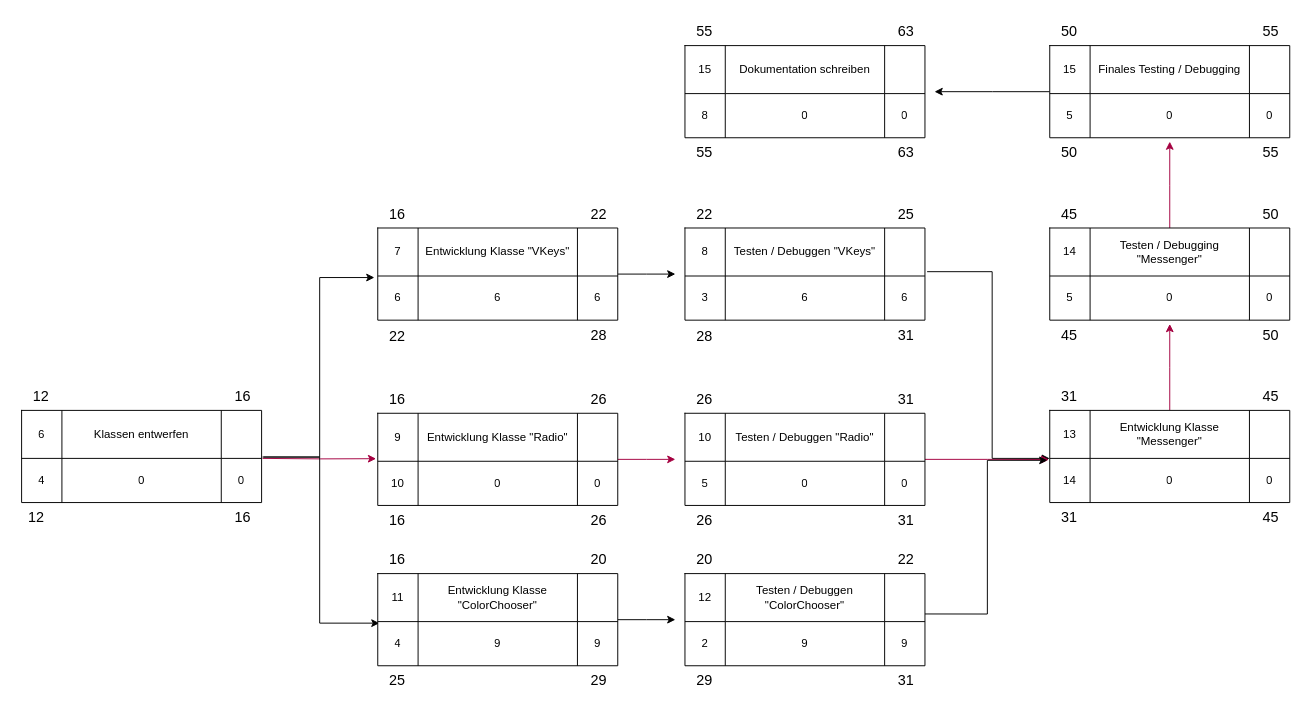
GeKoppe/TouchPager keeps this draw.io diagram as Documentation/Grafik/Diagramm/Netzplan_umsetzung.drawio. Above is the earlier version. Source tidied: cells renumbered, new cells numbered last; positions are measured from the earlier drawing's top-left corner, leaving out a move shared by most shapes. Both pictures are drawn from the tidied source at 96%, with x=0, y=0 at pixel (16, 16).
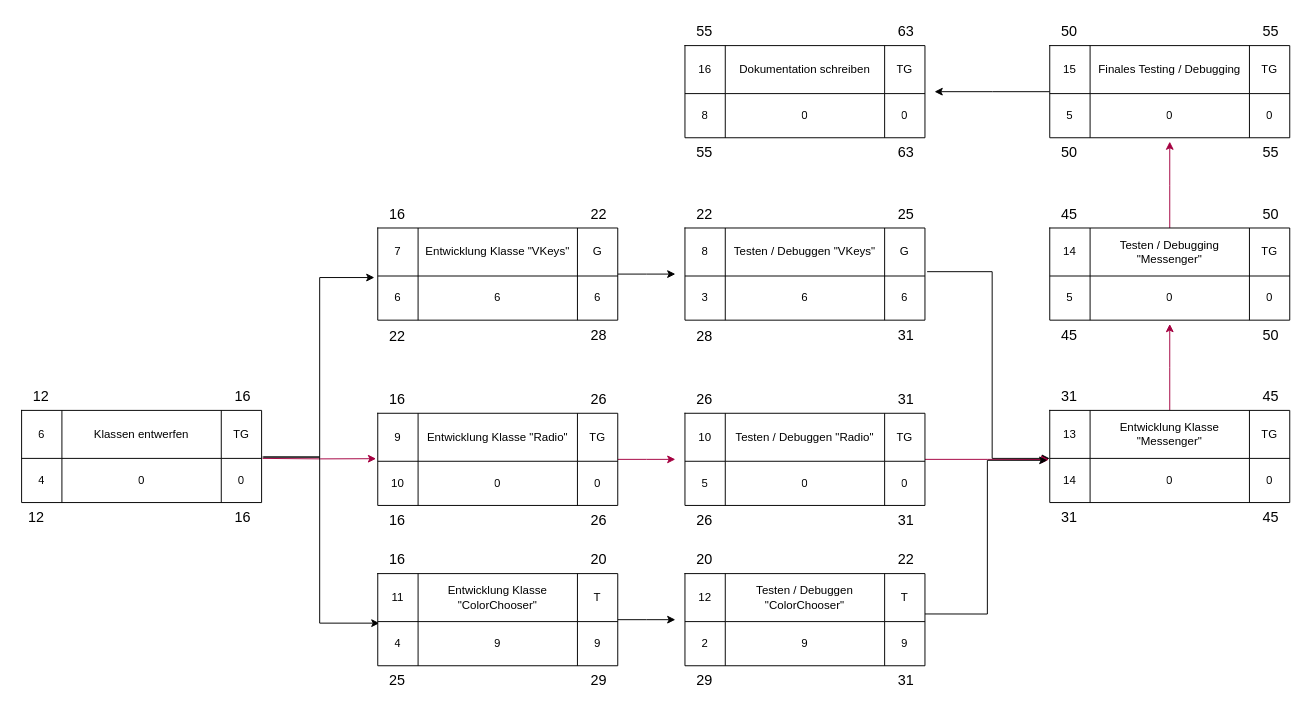
The same page after the edit.

Unchanged cells that the change refers to:
```xml
<mxCell id="6" style="shape=tableRow;horizontal=0;startSize=0;swimlaneHead=0;swimlaneBody=0;top=0;left=0;bottom=0;right=0;fillColor=none;labelBackgroundColor=none;" parent="5" vertex="1">
  <mxGeometry width="250" height="50" as="geometry" />
</mxCell>
<mxCell id="20" style="shape=tableRow;horizontal=0;startSize=0;swimlaneHead=0;swimlaneBody=0;top=0;left=0;bottom=0;right=0;fillColor=none;labelBackgroundColor=none;" parent="19" vertex="1">
  <mxGeometry width="250" height="50" as="geometry" />
</mxCell>
<mxCell id="34" style="shape=tableRow;horizontal=0;startSize=0;swimlaneHead=0;swimlaneBody=0;top=0;left=0;bottom=0;right=0;fillColor=none;labelBackgroundColor=none;" parent="33" vertex="1">
  <mxGeometry width="250" height="50" as="geometry" />
</mxCell>
<mxCell id="48" style="shape=tableRow;horizontal=0;startSize=0;swimlaneHead=0;swimlaneBody=0;top=0;left=0;bottom=0;right=0;fillColor=none;points=[[0,0.5],[1,0.5]];portConstraint=eastwest;labelBackgroundColor=none;" parent="47" vertex="1">
  <mxGeometry width="250" height="50" as="geometry" />
</mxCell>
<mxCell id="62" style="shape=tableRow;horizontal=0;startSize=0;swimlaneHead=0;swimlaneBody=0;top=0;left=0;bottom=0;right=0;fillColor=none;labelBackgroundColor=none;" parent="61" vertex="1">
  <mxGeometry width="250" height="50" as="geometry" />
</mxCell>
<mxCell id="76" style="shape=tableRow;horizontal=0;startSize=0;swimlaneHead=0;swimlaneBody=0;top=0;left=0;bottom=0;right=0;fillColor=none;points=[[0,0.5],[1,0.5]];portConstraint=eastwest;labelBackgroundColor=none;" parent="75" vertex="1">
  <mxGeometry width="250" height="50" as="geometry" />
</mxCell>
<mxCell id="90" style="shape=tableRow;horizontal=0;startSize=0;swimlaneHead=0;swimlaneBody=0;top=0;left=0;bottom=0;right=0;fillColor=none;labelBackgroundColor=none;" parent="89" vertex="1">
  <mxGeometry width="250" height="50" as="geometry" />
</mxCell>
<mxCell id="104" style="shape=tableRow;horizontal=0;startSize=0;swimlaneHead=0;swimlaneBody=0;top=0;left=0;bottom=0;right=0;fillColor=none;points=[[0,0.5],[1,0.5]];portConstraint=eastwest;labelBackgroundColor=none;" parent="103" vertex="1">
  <mxGeometry width="250" height="50" as="geometry" />
</mxCell>
<mxCell id="118" style="shape=tableRow;horizontal=0;startSize=0;swimlaneHead=0;swimlaneBody=0;top=0;left=0;bottom=0;right=0;fillColor=none;labelBackgroundColor=none;" parent="117" vertex="1">
  <mxGeometry width="250" height="50" as="geometry" />
</mxCell>
<mxCell id="132" style="shape=tableRow;horizontal=0;startSize=0;swimlaneHead=0;swimlaneBody=0;top=0;left=0;bottom=0;right=0;fillColor=none;labelBackgroundColor=none;" parent="131" vertex="1">
  <mxGeometry width="250" height="50" as="geometry" />
</mxCell>
<mxCell id="145" style="shape=tableRow;horizontal=0;startSize=0;swimlaneHead=0;swimlaneBody=0;top=0;left=0;bottom=0;right=0;fillColor=none;labelBackgroundColor=none;" parent="144" vertex="1">
  <mxGeometry width="250" height="50" as="geometry" />
</mxCell>
```

What changed in the source:
```diff
@@
-    <mxCell id="9" style="shape=partialRectangle;html=1;whiteSpace=wrap;fillColor=none;top=0;left=0;bottom=0;right=0;overflow=hidden;labelBackgroundColor=none;" parent="6" vertex="1">
+    <mxCell id="9" value="TG" style="shape=partialRectangle;html=1;whiteSpace=wrap;fillColor=none;top=0;left=0;bottom=0;right=0;overflow=hidden;labelBackgroundColor=none;" parent="6" vertex="1">
       <mxGeometry x="208" width="42" height="50" as="geometry" />
     </mxCell>
@@
-    <mxCell id="23" style="shape=partialRectangle;html=1;whiteSpace=wrap;fillColor=none;top=0;left=0;bottom=0;right=0;overflow=hidden;labelBackgroundColor=none;" parent="20" vertex="1">
+    <mxCell id="23" value="G" style="shape=partialRectangle;html=1;whiteSpace=wrap;fillColor=none;top=0;left=0;bottom=0;right=0;overflow=hidden;labelBackgroundColor=none;" parent="20" vertex="1">
       <mxGeometry x="208" width="42" height="50" as="geometry" />
     </mxCell>
@@
-    <mxCell id="37" style="shape=partialRectangle;html=1;whiteSpace=wrap;fillColor=none;top=0;left=0;bottom=0;right=0;overflow=hidden;labelBackgroundColor=none;" parent="34" vertex="1">
+    <mxCell id="37" value="T" style="shape=partialRectangle;html=1;whiteSpace=wrap;fillColor=none;top=0;left=0;bottom=0;right=0;overflow=hidden;labelBackgroundColor=none;" parent="34" vertex="1">
       <mxGeometry x="208" width="42" height="50" as="geometry" />
     </mxCell>
@@
-    <mxCell id="51" style="shape=partialRectangle;html=1;whiteSpace=wrap;fillColor=none;top=0;left=0;bottom=0;right=0;overflow=hidden;labelBackgroundColor=none;" parent="48" vertex="1">
+    <mxCell id="51" value="TG" style="shape=partialRectangle;html=1;whiteSpace=wrap;fillColor=none;top=0;left=0;bottom=0;right=0;overflow=hidden;labelBackgroundColor=none;" parent="48" vertex="1">
       <mxGeometry x="208" width="42" height="50" as="geometry" />
     </mxCell>
@@
-    <mxCell id="65" style="shape=partialRectangle;html=1;whiteSpace=wrap;fillColor=none;top=0;left=0;bottom=0;right=0;overflow=hidden;labelBackgroundColor=none;" parent="62" vertex="1">
+    <mxCell id="65" value="TG" style="shape=partialRectangle;html=1;whiteSpace=wrap;fillColor=none;top=0;left=0;bottom=0;right=0;overflow=hidden;labelBackgroundColor=none;" parent="62" vertex="1">
       <mxGeometry x="208" width="42" height="50" as="geometry" />
     </mxCell>
@@
-    <mxCell id="79" style="shape=partialRectangle;html=1;whiteSpace=wrap;fillColor=none;top=0;left=0;bottom=0;right=0;overflow=hidden;labelBackgroundColor=none;" parent="76" vertex="1">
+    <mxCell id="79" value="G" style="shape=partialRectangle;html=1;whiteSpace=wrap;fillColor=none;top=0;left=0;bottom=0;right=0;overflow=hidden;labelBackgroundColor=none;" parent="76" vertex="1">
       <mxGeometry x="208" width="42" height="50" as="geometry" />
     </mxCell>
@@
-    <mxCell id="93" style="shape=partialRectangle;html=1;whiteSpace=wrap;fillColor=none;top=0;left=0;bottom=0;right=0;overflow=hidden;labelBackgroundColor=none;" parent="90" vertex="1">
+    <mxCell id="93" value="TG" style="shape=partialRectangle;html=1;whiteSpace=wrap;fillColor=none;top=0;left=0;bottom=0;right=0;overflow=hidden;labelBackgroundColor=none;" parent="90" vertex="1">
       <mxGeometry x="208" width="42" height="50" as="geometry" />
     </mxCell>
@@
-    <mxCell id="107" style="shape=partialRectangle;html=1;whiteSpace=wrap;fillColor=none;top=0;left=0;bottom=0;right=0;overflow=hidden;labelBackgroundColor=none;" parent="104" vertex="1">
+    <mxCell id="107" value="T" style="shape=partialRectangle;html=1;whiteSpace=wrap;fillColor=none;top=0;left=0;bottom=0;right=0;overflow=hidden;labelBackgroundColor=none;" parent="104" vertex="1">
       <mxGeometry x="208" width="42" height="50" as="geometry" />
     </mxCell>
@@
-    <mxCell id="121" style="shape=partialRectangle;html=1;whiteSpace=wrap;fillColor=none;top=0;left=0;bottom=0;right=0;overflow=hidden;labelBackgroundColor=none;" parent="118" vertex="1">
+    <mxCell id="121" value="TG" style="shape=partialRectangle;html=1;whiteSpace=wrap;fillColor=none;top=0;left=0;bottom=0;right=0;overflow=hidden;labelBackgroundColor=none;" parent="118" vertex="1">
       <mxGeometry x="208" width="42" height="50" as="geometry" />
     </mxCell>
@@
-    <mxCell id="135" style="shape=partialRectangle;html=1;whiteSpace=wrap;fillColor=none;top=0;left=0;bottom=0;right=0;overflow=hidden;labelBackgroundColor=none;" parent="132" vertex="1">
+    <mxCell id="135" value="TG" style="shape=partialRectangle;html=1;whiteSpace=wrap;fillColor=none;top=0;left=0;bottom=0;right=0;overflow=hidden;labelBackgroundColor=none;" parent="132" vertex="1">
       <mxGeometry x="208" width="42" height="50" as="geometry" />
     </mxCell>
@@
-    <mxCell id="146" value="15" style="shape=partialRectangle;html=1;whiteSpace=wrap;fillColor=none;top=0;left=0;bottom=0;right=0;overflow=hidden;labelBackgroundColor=none;" parent="145" vertex="1">
+    <mxCell id="146" value="16" style="shape=partialRectangle;html=1;whiteSpace=wrap;fillColor=none;top=0;left=0;bottom=0;right=0;overflow=hidden;labelBackgroundColor=none;" parent="145" vertex="1">
       <mxGeometry width="42" height="50" as="geometry" />
     </mxCell>
@@
-    <mxCell id="148" style="shape=partialRectangle;html=1;whiteSpace=wrap;fillColor=none;top=0;left=0;bottom=0;right=0;overflow=hidden;labelBackgroundColor=none;" parent="145" vertex="1">
+    <mxCell id="148" value="TG" style="shape=partialRectangle;html=1;whiteSpace=wrap;fillColor=none;top=0;left=0;bottom=0;right=0;overflow=hidden;labelBackgroundColor=none;" parent="145" vertex="1">
       <mxGeometry x="208" width="42" height="50" as="geometry" />
     </mxCell>
```
